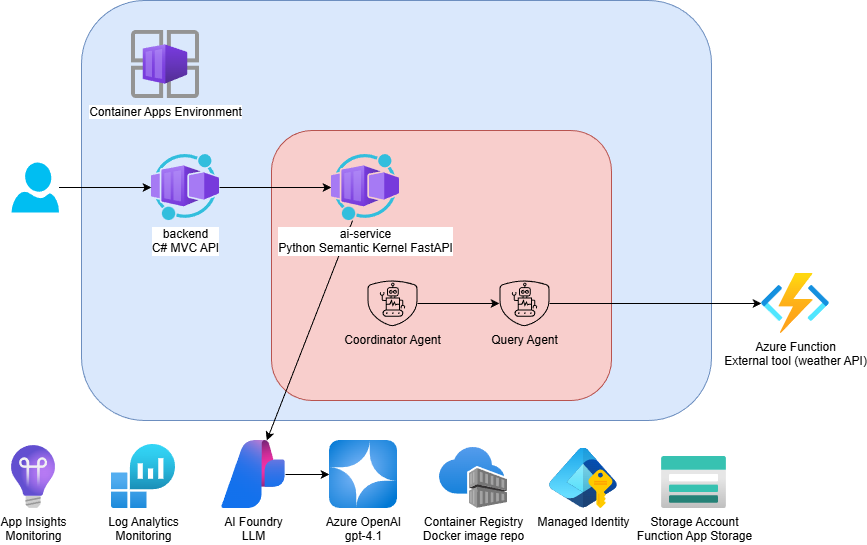
The draw.io diagram .img/architecture.drawio.png in jordanbean-msft/net-python-sk-aca, before a commit. Source tidied: cells renumbered, new cells last; positions are measured from the earlier drawing's top-left corner, leaving out a move shared by most shapes.
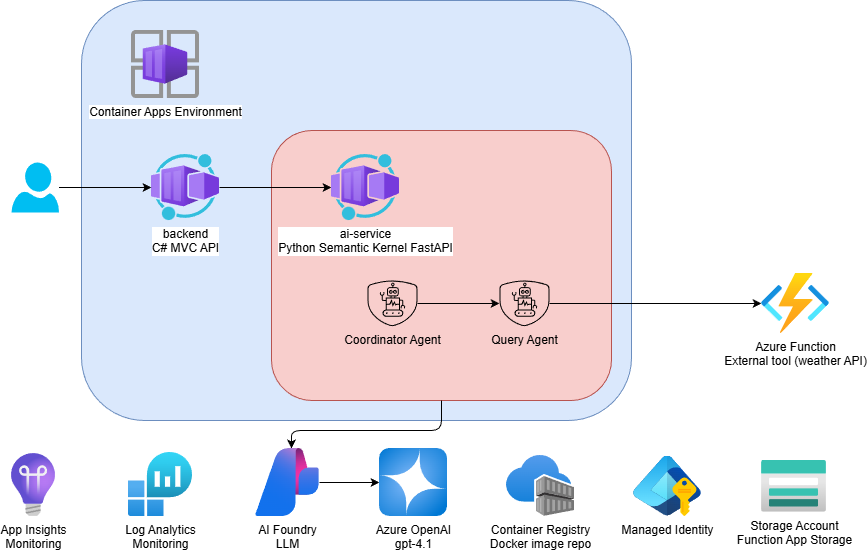
Later version of the same file.

The edit, as a diff of the source:
```diff
@@ -3,7 +3,7 @@
     <mxCell id="0" />
     <mxCell id="1" parent="0" />
     <mxCell id="2" style="whiteSpace=wrap;html=1;rounded=1;fillColor=#dae8fc;strokeColor=#6c8ebf;" parent="1" vertex="1">
-      <mxGeometry x="70" width="630" height="420" as="geometry" />
+      <mxGeometry x="70" width="550" height="420" as="geometry" />
     </mxCell>
     <mxCell id="3" style="whiteSpace=wrap;html=1;rounded=1;fillColor=#f8cecc;strokeColor=#b85450;" parent="1" vertex="1">
       <mxGeometry x="260" y="130" width="340" height="270" as="geometry" />
@@ -20,8 +20,13 @@
     <mxCell id="7" style="edgeStyle=none;html=1;" parent="1" edge="1" source="23" target="10">
       <mxGeometry relative="1" as="geometry" />
     </mxCell>
-    <mxCell id="8" style="edgeStyle=none;html=1;" parent="1" edge="1" source="9" target="12">
-      <mxGeometry relative="1" as="geometry" />
+    <mxCell id="8" style="edgeStyle=orthogonalEdgeStyle;html=1;exitX=0.5;exitY=1;exitDx=0;exitDy=0;" parent="1" edge="1" source="3" target="12">
+      <mxGeometry relative="1" as="geometry">
+        <Array as="points">
+          <mxPoint x="430" y="430" />
+          <mxPoint x="280" y="430" />
+        </Array>
+      </mxGeometry>
     </mxCell>
     <mxCell id="9" value="ai-service&lt;div&gt;Python Semantic Kernel FastAPI&lt;/div&gt;" style="image;html=1;points=[];align=center;fontSize=12;image=img/lib/azure2/other/Worker_Container_App.svg;" parent="1" vertex="1">
       <mxGeometry x="320" y="154" width="68" height="66" as="geometry" />
@@ -33,25 +38,25 @@
       <mxGeometry relative="1" as="geometry" />
     </mxCell>
     <mxCell id="12" value="AI Foundry&lt;div&gt;LLM&lt;/div&gt;" style="image;html=1;points=[];align=center;fontSize=12;image=img/lib/azure2/ai_machine_learning/AI_Studio.svg;" parent="1" vertex="1">
-      <mxGeometry x="210" y="440" width="64" height="68" as="geometry" />
+      <mxGeometry x="244" y="448" width="64" height="68" as="geometry" />
     </mxCell>
     <mxCell id="13" value="Azure OpenAI&lt;div&gt;gpt-4.1&lt;/div&gt;" style="image;html=1;points=[];align=center;fontSize=12;image=img/lib/azure2/ai_machine_learning/Azure_OpenAI.svg;" parent="1" vertex="1">
-      <mxGeometry x="318" y="440" width="68" height="68" as="geometry" />
+      <mxGeometry x="368" y="448" width="68" height="68" as="geometry" />
     </mxCell>
     <mxCell id="14" value="App Insights&lt;div&gt;Monitoring&lt;/div&gt;" style="image;html=1;align=center;fontSize=12;image=img/lib/azure2/devops/Application_Insights.svg;" parent="1" vertex="1">
-      <mxGeometry y="445" width="44" height="63" as="geometry" />
+      <mxGeometry y="453" width="44" height="63" as="geometry" />
     </mxCell>
     <mxCell id="15" value="Log Analytics&lt;div&gt;Monitoring&lt;/div&gt;" style="image;html=1;align=center;fontSize=12;image=img/lib/azure2/analytics/Log_Analytics_Workspaces.svg;" parent="1" vertex="1">
-      <mxGeometry x="100" y="444" width="64" height="64" as="geometry" />
+      <mxGeometry x="117" y="452" width="64" height="64" as="geometry" />
     </mxCell>
     <mxCell id="16" value="Managed Identity" style="image;html=1;align=center;fontSize=12;image=img/lib/azure2/identity/Entra_Managed_Identities.svg;" parent="1" vertex="1">
-      <mxGeometry x="538" y="447.6" width="68" height="60.4" as="geometry" />
+      <mxGeometry x="622" y="455.6" width="68" height="60.4" as="geometry" />
     </mxCell>
     <mxCell id="17" value="Container Registry&lt;div&gt;Docker image repo&lt;/div&gt;" style="image;html=1;align=center;fontSize=12;image=img/lib/azure2/containers/Container_Registries.svg;" parent="1" vertex="1">
-      <mxGeometry x="428" y="447" width="68" height="61" as="geometry" />
+      <mxGeometry x="495" y="455" width="68" height="61" as="geometry" />
     </mxCell>
     <mxCell id="18" value="Storage Account&lt;div&gt;Function App Storage&lt;/div&gt;" style="image;html=1;align=center;fontSize=12;image=img/lib/azure2/storage/Storage_Accounts.svg;" parent="1" vertex="1">
-      <mxGeometry x="650" y="456" width="65" height="52" as="geometry" />
+      <mxGeometry x="750" y="459.8" width="65" height="52" as="geometry" />
     </mxCell>
     <mxCell id="19" style="edgeStyle=none;html=1;" parent="1" edge="1" source="20" target="6">
       <mxGeometry relative="1" as="geometry" />
```
